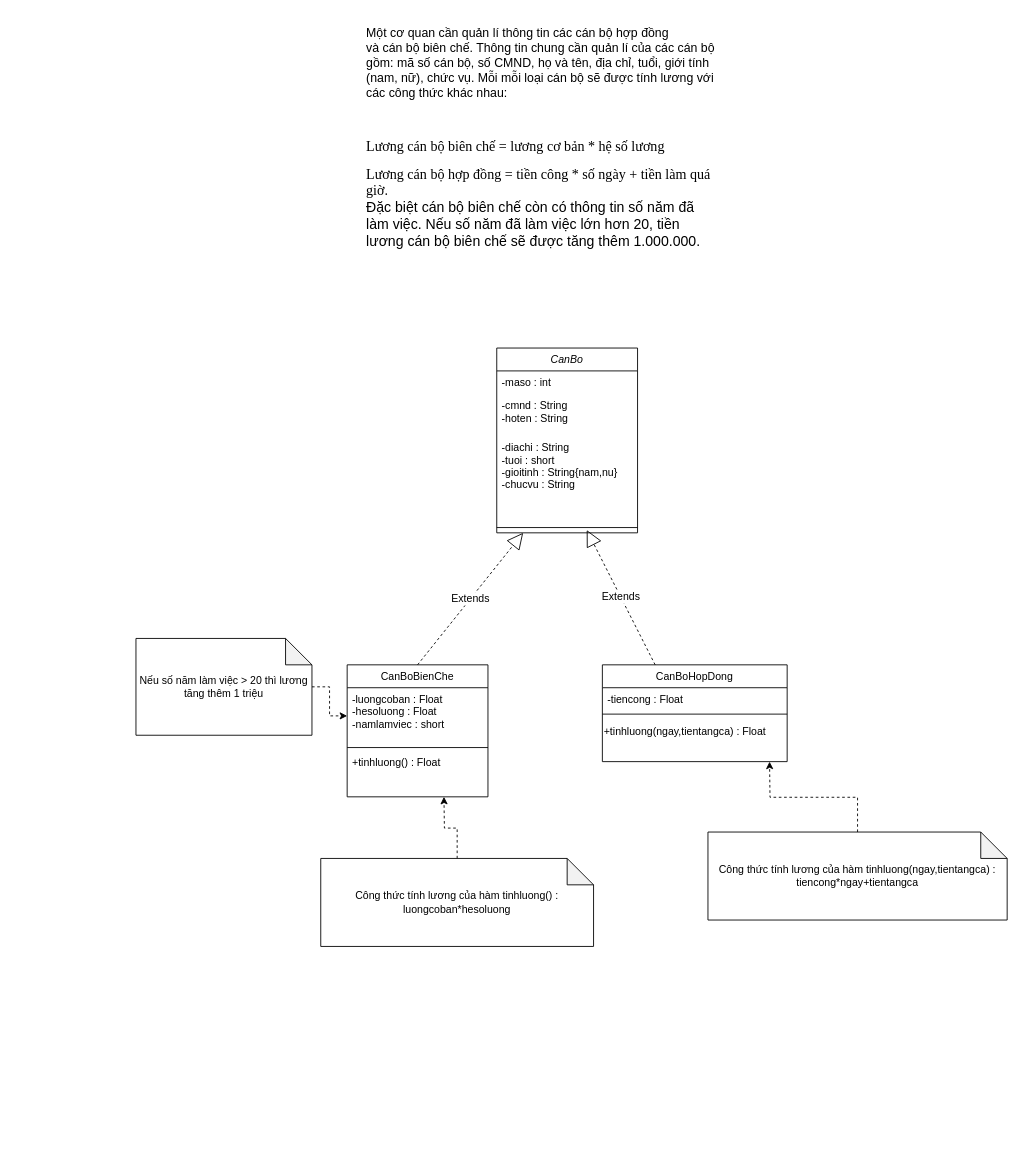
The draw.io diagram ClassDiagram1.drawio in Archon02/Helooword, before the edit. Source tidied: cells renumbered, new cells numbered last; positions are measured from the earlier drawing's top-left corner, leaving out a move shared by most shapes. Both pictures are drawn from the tidied source at 88%, with x=0, y=0 at pixel (136, 110).
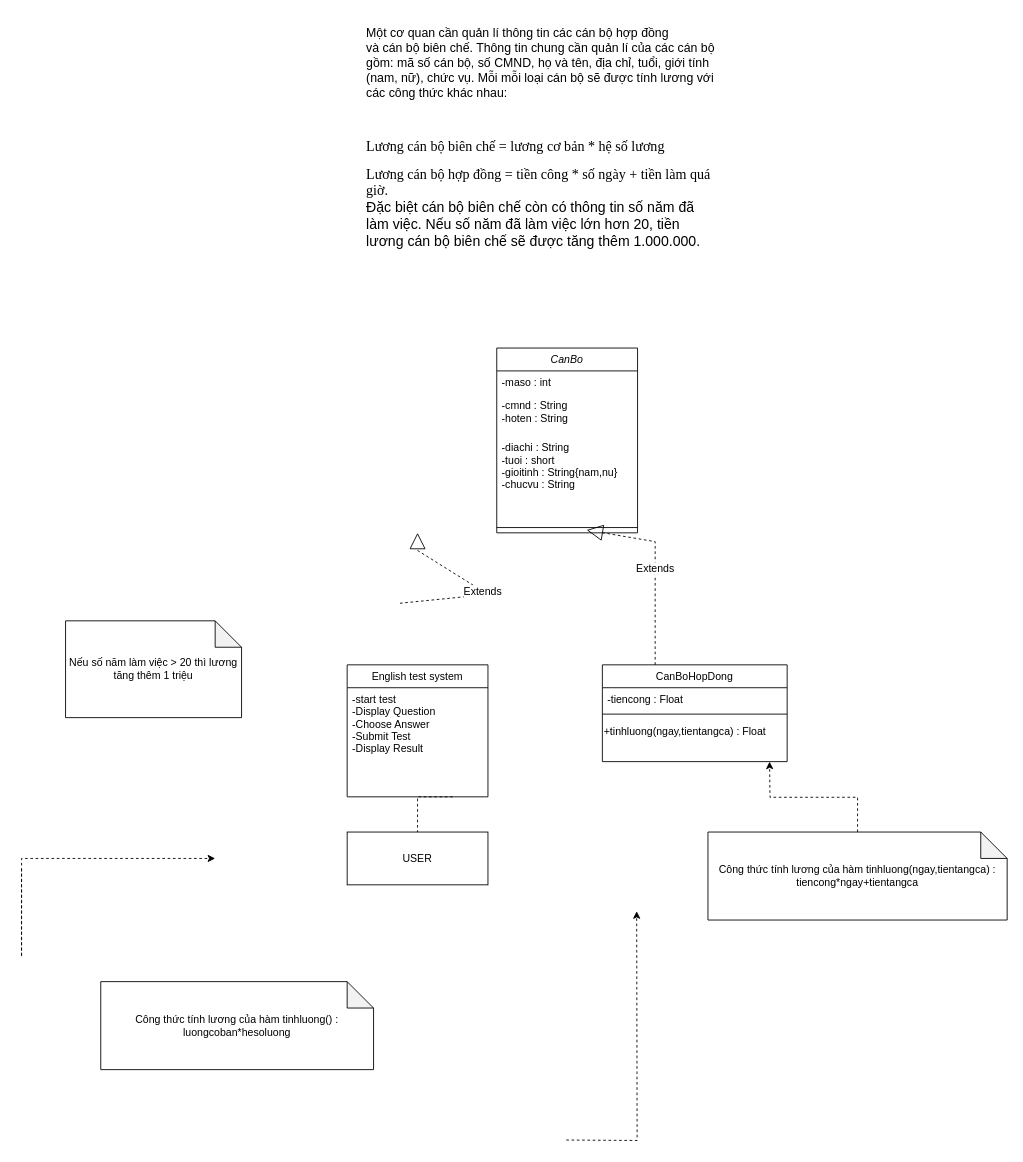
Above is the later version.

Commit message:
Cập nhật ClassDiagram1.drawio

Unchanged cells that the change refers to:
```xml
<mxCell id="6" style="line;html=1;strokeWidth=1;align=left;verticalAlign=middle;spacingTop=-1;spacingLeft=3;spacingRight=3;labelPosition=right;points=[];portConstraint=eastwest;" parent="2" vertex="1">
  <mxGeometry y="200" width="160" height="8" as="geometry" />
</mxCell>
<mxCell id="11" value="CanBoHopDong" style="swimlane;fontStyle=0;align=center;verticalAlign=top;horizontal=1;startSize=26;rounded=0;shadow=0;strokeWidth=1;" parent="1" vertex="1">
  <mxGeometry x="530" y="630" width="210" height="110" as="geometry" />
</mxCell>
```

Change to the diagram source:
```diff
@@
-    <mxCell id="7" value="CanBoBienChe" style="swimlane;fontStyle=0;align=center;verticalAlign=top;horizontal=1;startSize=26;rounded=0;shadow=0;strokeWidth=1;" parent="1" vertex="1">
+    <mxCell id="7" value="English test system" style="swimlane;fontStyle=0;align=center;verticalAlign=top;horizontal=1;startSize=26;rounded=0;shadow=0;strokeWidth=1;" parent="1" vertex="1">
       <mxGeometry x="240" y="630" width="160" height="150" as="geometry" />
     </mxCell>
-    <mxCell id="8" value="-luongcoban : Float&#10;-hesoluong : Float&#10;-namlamviec : short" style="text;align=left;verticalAlign=top;spacingLeft=4;spacingRight=4;overflow=hidden;points=[[0,0.5],[1,0.5]];portConstraint=eastwest;" parent="7" vertex="1">
-      <mxGeometry y="26" width="160" height="64" as="geometry" />
+    <mxCell id="8" value="-start test&#10;-Display Question  &#10;-Choose Answer &#10;-Submit Test&#10;-Display Result&#10;" style="text;align=left;verticalAlign=top;spacingLeft=4;spacingRight=4;overflow=hidden;points=[[0,0.5],[1,0.5]];portConstraint=eastwest;" parent="7" vertex="1">
+      <mxGeometry y="26" width="160" height="84" as="geometry" />
     </mxCell>
-    <mxCell id="9" style="line;html=1;strokeWidth=1;align=left;verticalAlign=middle;spacingTop=-1;spacingLeft=3;spacingRight=3;labelPosition=right;" parent="7" vertex="1">
-      <mxGeometry y="90" width="160" height="8" as="geometry" />
-    </mxCell>
-    <mxCell id="10" value="+tinhluong() : Float" style="text;align=left;verticalAlign=top;spacingLeft=4;spacingRight=4;overflow=hidden;" parent="7" vertex="1">
-      <mxGeometry y="98" width="160" height="26" as="geometry" />
-    </mxCell>
@@
     <mxCell id="12" value="Extends" style="endArrow=block;endSize=16;endFill=0;html=1;rounded=0;dashed=1;fontSize=12;entryX=0.639;entryY=0.85;entryDx=0;entryDy=0;entryPerimeter=0;" parent="11" edge="1" target="6">
       <mxGeometry relative="1" as="geometry">
         <mxPoint x="60" as="sourcePoint" />
+        <Array as="points">
+          <mxPoint x="60" y="-140" />
+        </Array>
       </mxGeometry>
     </mxCell>
@@
-    <mxCell id="17" style="edgeStyle=orthogonalEdgeStyle;rounded=0;jettySize=auto;html=1;fontSize=12;dashed=1;" parent="1" edge="1" source="18">
+    <mxCell id="17" style="edgeStyle=orthogonalEdgeStyle;rounded=0;orthogonalLoop=1;jettySize=auto;html=1;fontSize=12;dashed=1;" parent="1" edge="1">
       <mxGeometry relative="1" as="geometry">
-        <mxPoint x="350" y="780" as="targetPoint" />
+        <mxPoint x="489" y="1170" as="sourcePoint" />
+        <mxPoint x="569" y="910" as="targetPoint" />
       </mxGeometry>
     </mxCell>
     <mxCell id="18" value="Công thức tính lương của hàm tinhluong() :&lt;br&gt;luongcoban*hesoluong" style="shape=note;whiteSpace=wrap;html=1;backgroundOutline=1;darkOpacity=0.05;fontSize=12;" parent="1" vertex="1">
-      <mxGeometry x="210" y="850" width="310" height="100" as="geometry" />
+      <mxGeometry x="-40" y="990" width="310" height="100" as="geometry" />
     </mxCell>
@@
-    <mxCell id="21" style="edgeStyle=orthogonalEdgeStyle;rounded=0;jettySize=auto;html=1;dashed=1;fontSize=12;" parent="1" edge="1" source="22" target="8">
-      <mxGeometry relative="1" as="geometry" />
+    <mxCell id="21" style="edgeStyle=orthogonalEdgeStyle;rounded=0;orthogonalLoop=1;jettySize=auto;html=1;dashed=1;fontSize=12;" parent="1" edge="1">
+      <mxGeometry relative="1" as="geometry">
+        <mxPoint x="-130" y="862" as="sourcePoint" />
+        <mxPoint x="90" y="850" as="targetPoint" />
+        <Array as="points">
+          <mxPoint x="-130" y="962" />
+          <mxPoint x="-130" y="962" />
+        </Array>
+      </mxGeometry>
     </mxCell>
     <mxCell id="22" value="Nếu số năm làm việc &amp;gt; 20 thì lương tăng thêm 1 triệu" style="shape=note;whiteSpace=wrap;html=1;backgroundOutline=1;darkOpacity=0.05;fontSize=12;" parent="1" vertex="1">
-      <mxGeometry y="600" width="200" height="110" as="geometry" />
+      <mxGeometry x="-80" y="580" width="200" height="110" as="geometry" />
     </mxCell>
-    <mxCell id="23" value="Extends" style="endArrow=block;endSize=16;endFill=0;html=1;rounded=0;dashed=1;fontSize=12;exitX=0.5;exitY=0;exitDx=0;exitDy=0;" parent="1" edge="1" source="7">
+    <mxCell id="23" value="Extends" style="endArrow=block;endSize=16;endFill=0;html=1;rounded=0;dashed=1;fontSize=12;" parent="1" edge="1">
       <mxGeometry relative="1" as="geometry">
-        <mxPoint x="440" y="480" as="targetPoint" />
+        <mxPoint x="300" y="560" as="sourcePoint" />
+        <mxPoint x="320" y="480" as="targetPoint" />
+        <Array as="points">
+          <mxPoint x="400" y="550" />
+          <mxPoint x="320" y="500" />
+        </Array>
       </mxGeometry>
     </mxCell>
+    <mxCell id="24" style="endArrow=none;dashed=1;html=1;rounded=0;" parent="1" edge="1">
+      <mxGeometry relative="1" as="geometry">
+        <mxPoint x="360" y="780" as="sourcePoint" />
+        <mxPoint x="320" y="820" as="targetPoint" />
+        <Array as="points">
+          <mxPoint x="320" y="780" />
+        </Array>
+      </mxGeometry>
+    </mxCell>
+    <mxCell id="25" value="USER" style="rounded=0;whiteSpace=wrap;html=1;" parent="1" vertex="1">
+      <mxGeometry x="240" y="820" width="160" height="60" as="geometry" />
+    </mxCell>
```
